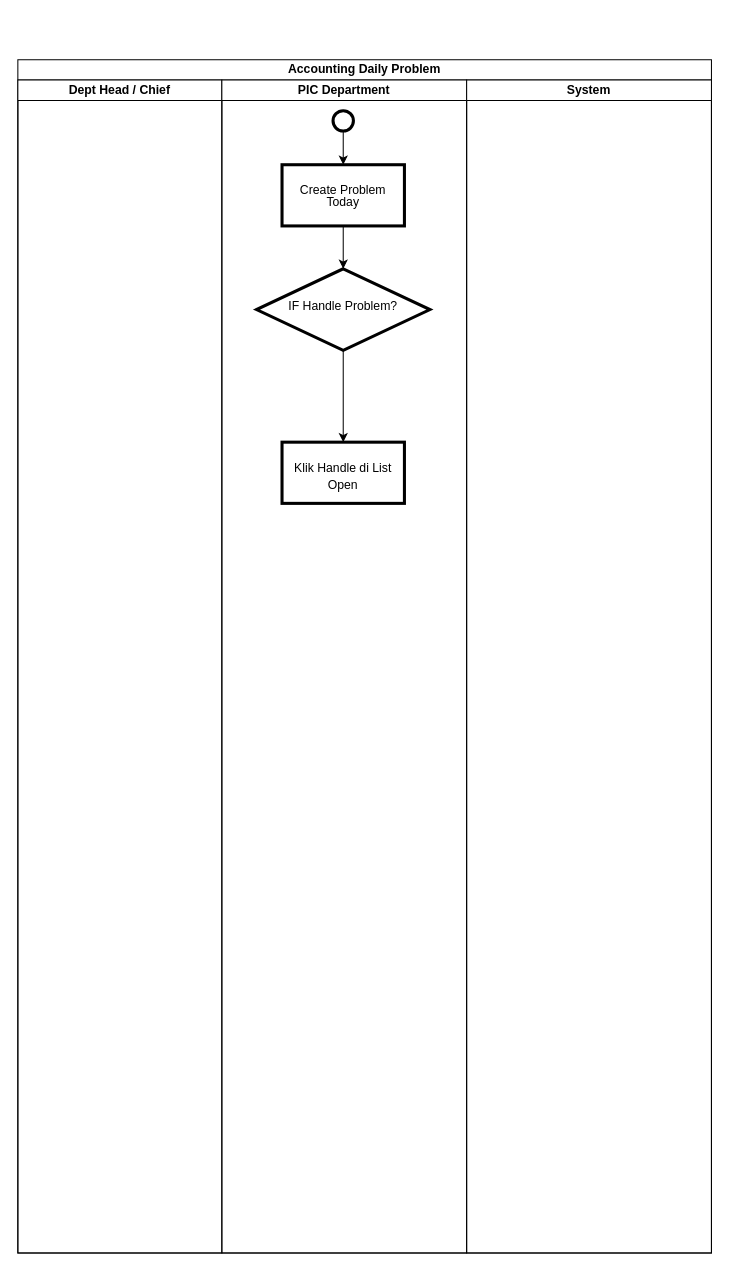
The draw.io diagram Flowchart Problem Job.drawio in armanefendi/Arman-Efendi, before the edit. Source tidied: cells renumbered, new cells numbered last; positions are measured from the earlier drawing's top-left corner, leaving out a move shared by most shapes. Both pictures are drawn from the tidied source at 102%, with x=0, y=0 at pixel (17, 59).
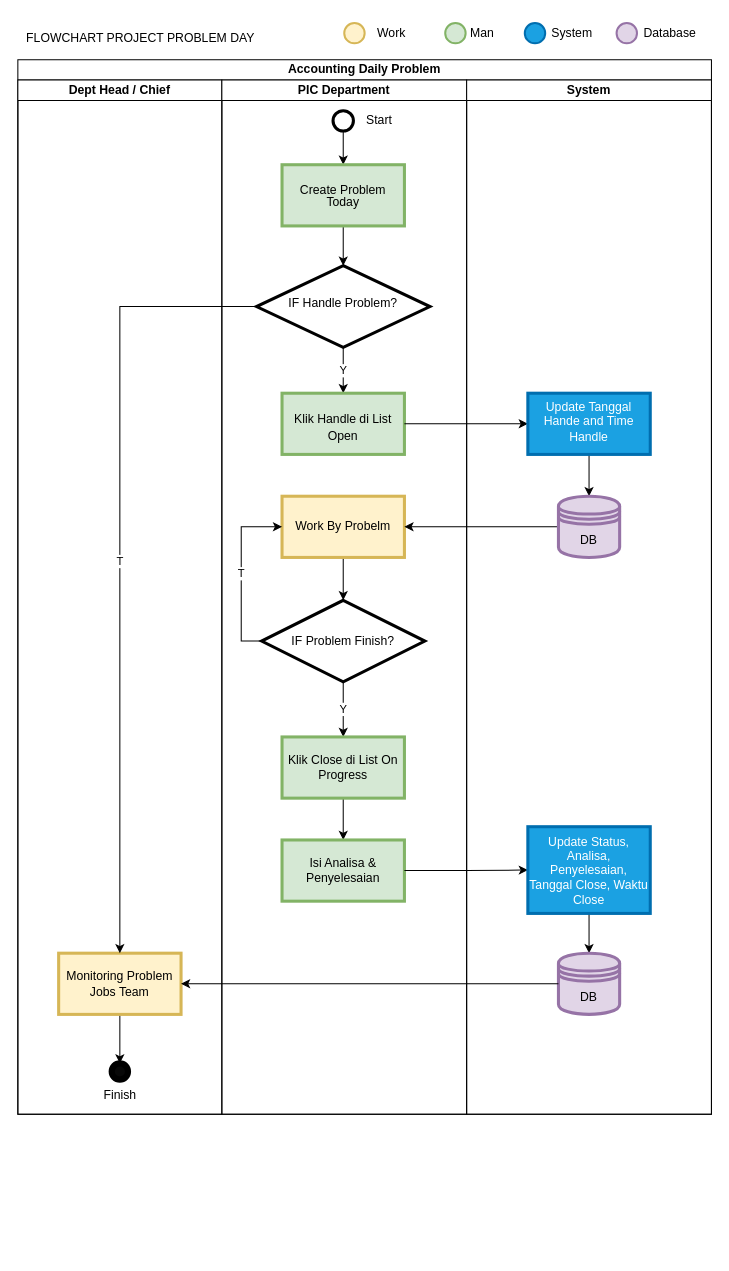
The same diagram, later.

The edit, as a diff of the source:
```diff
@@
     <mxCell id="2" value="Accounting Daily Problem" style="swimlane;startSize=20;whiteSpace=wrap;" parent="1" vertex="1">
-      <mxGeometry width="680" height="1170" as="geometry" />
+      <mxGeometry width="680" height="1034" as="geometry" />
     </mxCell>
     <mxCell id="3" value="Dept Head / Chief" style="swimlane;startSize=20;whiteSpace=wrap;" parent="2" vertex="1">
-      <mxGeometry y="20" width="200" height="1150" as="geometry" />
+      <mxGeometry y="20" width="200" height="1014" as="geometry" />
     </mxCell>
+    <mxCell id="13" style="edgeStyle=orthogonalEdgeStyle;rounded=0;jettySize=auto;html=1;exitX=0.5;exitY=1;exitDx=0;exitDy=0;fontSize=12;" parent="3" edge="1" source="14" target="15">
+      <mxGeometry relative="1" as="geometry" />
+    </mxCell>
+    <mxCell id="14" value="Monitoring Problem Jobs Team" style="whiteSpace=wrap;html=1;rounded=0;shadow=0;glass=0;sketch=0;strokeWidth=3;fillColor=#fff2cc;strokeColor=#d6b656;" parent="3" vertex="1">
+      <mxGeometry x="40" y="856" width="120" height="60" as="geometry" />
+    </mxCell>
+    <mxCell id="15" style="verticalLabelPosition=bottom;verticalAlign=top;html=1;shape=mxgraph.flowchart.on-page_reference;rounded=0;shadow=0;glass=0;sketch=0;fontSize=12;strokeWidth=6;fillColor=#080808;" parent="3" vertex="1">
+      <mxGeometry x="92" y="964" width="16" height="16" as="geometry" />
+    </mxCell>
+    <mxCell id="16" value="Finish" style="text;html=1;align=center;verticalAlign=middle;strokeColor=none;fillColor=none;fontSize=12;" parent="3" vertex="1">
+      <mxGeometry x="70" y="980" width="60" height="30" as="geometry" />
+    </mxCell>
     <mxCell id="4" value="PIC Department" style="swimlane;startSize=20;whiteSpace=wrap;" parent="2" vertex="1">
-      <mxGeometry x="200" y="20" width="240" height="1150" as="geometry" />
+      <mxGeometry x="200" y="20" width="240" height="1014" as="geometry" />
     </mxCell>
@@
-    <mxCell id="8" value="&lt;p style=&quot;line-height: 1;&quot;&gt;Create Problem Today&lt;br&gt;&lt;/p&gt;" style="html=1;verticalAlign=top;strokeWidth=3;whiteSpace=wrap;" parent="4" vertex="1">
+    <mxCell id="8" value="&lt;p style=&quot;line-height: 1;&quot;&gt;Create Problem Today&lt;br&gt;&lt;/p&gt;" style="html=1;verticalAlign=top;strokeWidth=3;whiteSpace=wrap;fillColor=#d5e8d4;strokeColor=#82b366;" parent="4" vertex="1">
       <mxGeometry x="59" y="83" width="120" height="60" as="geometry" />
     </mxCell>
-    <mxCell id="9" style="edgeStyle=orthogonalEdgeStyle;rounded=0;jettySize=auto;html=1;" parent="4" edge="1" source="10" target="11">
+    <mxCell id="9" value="Y" style="edgeStyle=orthogonalEdgeStyle;rounded=0;jettySize=auto;html=1;" parent="4" edge="1" source="10" target="11">
       <mxGeometry relative="1" as="geometry" />
     </mxCell>
     <mxCell id="10" value="&lt;div&gt;&lt;br&gt;&lt;/div&gt;&lt;div style=&quot;line-height: 2.8;&quot;&gt;IF Handle Problem?&lt;br&gt;&lt;/div&gt;&lt;p&gt;&lt;/p&gt;&lt;p&gt;&lt;/p&gt;" style="rhombus;html=1;verticalAlign=top;strokeWidth=3;whiteSpace=wrap;" parent="4" vertex="1">
-      <mxGeometry x="34" y="185" width="170" height="80" as="geometry" />
+      <mxGeometry x="34" y="182" width="170" height="80" as="geometry" />
     </mxCell>
-    <mxCell id="11" value="&lt;p style=&quot;line-height: 1.3;&quot;&gt;Klik Handle di List Open&lt;br&gt;&lt;/p&gt;" style="html=1;verticalAlign=top;strokeWidth=3;whiteSpace=wrap;" parent="4" vertex="1">
-      <mxGeometry x="59" y="355" width="120" height="60" as="geometry" />
+    <mxCell id="11" value="&lt;p style=&quot;line-height: 1.3;&quot;&gt;Klik Handle di List Open&lt;br&gt;&lt;/p&gt;" style="html=1;verticalAlign=top;strokeWidth=3;whiteSpace=wrap;fillColor=#d5e8d4;strokeColor=#82b366;" parent="4" vertex="1">
+      <mxGeometry x="59" y="307" width="120" height="60" as="geometry" />
     </mxCell>
+    <mxCell id="17" style="edgeStyle=orthogonalEdgeStyle;rounded=0;jettySize=auto;html=1;" parent="4" edge="1" source="18" target="21">
+      <mxGeometry relative="1" as="geometry" />
+    </mxCell>
+    <mxCell id="18" value="Work By Probelm" style="whiteSpace=wrap;html=1;rounded=0;shadow=0;glass=0;sketch=0;strokeWidth=3;fillColor=#fff2cc;strokeColor=#d6b656;" parent="4" vertex="1">
+      <mxGeometry x="59" y="408" width="120" height="60" as="geometry" />
+    </mxCell>
+    <mxCell id="19" value="Y" style="edgeStyle=orthogonalEdgeStyle;rounded=0;jettySize=auto;html=1;" parent="4" edge="1" source="21" target="23">
+      <mxGeometry relative="1" as="geometry" />
+    </mxCell>
+    <mxCell id="20" value="T" style="edgeStyle=orthogonalEdgeStyle;rounded=0;jettySize=auto;html=1;entryX=0;entryY=0.5;entryDx=0;entryDy=0;" parent="4" edge="1" source="21" target="18">
+      <mxGeometry relative="1" as="geometry">
+        <Array as="points">
+          <mxPoint x="19" y="550" />
+          <mxPoint x="19" y="438" />
+        </Array>
+      </mxGeometry>
+    </mxCell>
+    <mxCell id="21" value="IF Problem Finish?" style="rhombus;whiteSpace=wrap;html=1;rounded=0;shadow=0;glass=0;sketch=0;strokeWidth=3;" parent="4" vertex="1">
+      <mxGeometry x="39" y="510" width="160" height="80" as="geometry" />
+    </mxCell>
+    <mxCell id="22" style="edgeStyle=orthogonalEdgeStyle;rounded=0;jettySize=auto;html=1;" parent="4" edge="1" source="23" target="24">
+      <mxGeometry relative="1" as="geometry" />
+    </mxCell>
+    <mxCell id="23" value="Klik Close di List On Progress" style="whiteSpace=wrap;html=1;rounded=0;shadow=0;glass=0;sketch=0;strokeWidth=3;fillColor=#d5e8d4;strokeColor=#82b366;" parent="4" vertex="1">
+      <mxGeometry x="59" y="644" width="120" height="60" as="geometry" />
+    </mxCell>
+    <mxCell id="24" value="Isi Analisa &amp;amp; Penyelesaian" style="whiteSpace=wrap;html=1;rounded=0;shadow=0;glass=0;sketch=0;strokeWidth=3;fillColor=#d5e8d4;strokeColor=#82b366;" parent="4" vertex="1">
+      <mxGeometry x="59" y="745" width="120" height="60" as="geometry" />
+    </mxCell>
+    <mxCell id="25" value="Start" style="text;html=1;align=center;verticalAlign=middle;strokeColor=none;fillColor=none;fontSize=12;" parent="4" vertex="1">
+      <mxGeometry x="129" y="25" width="50" height="30" as="geometry" />
+    </mxCell>
+    <mxCell id="26" style="edgeStyle=orthogonalEdgeStyle;rounded=0;jettySize=auto;html=1;" parent="2" edge="1" source="11" target="30">
+      <mxGeometry relative="1" as="geometry" />
+    </mxCell>
+    <mxCell id="27" style="edgeStyle=orthogonalEdgeStyle;rounded=0;jettySize=auto;html=1;" parent="2" edge="1" source="31" target="18">
+      <mxGeometry relative="1" as="geometry" />
+    </mxCell>
+    <mxCell id="28" style="edgeStyle=orthogonalEdgeStyle;rounded=0;jettySize=auto;html=1;" parent="2" edge="1" source="24" target="33">
+      <mxGeometry relative="1" as="geometry" />
+    </mxCell>
     <mxCell id="12" value="System" style="swimlane;startSize=20;whiteSpace=wrap;" parent="2" vertex="1">
-      <mxGeometry x="440" y="20" width="240" height="1150" as="geometry" />
+      <mxGeometry x="440" y="20" width="240" height="1014" as="geometry" />
     </mxCell>
+    <mxCell id="29" style="edgeStyle=orthogonalEdgeStyle;rounded=0;jettySize=auto;html=1;" parent="12" edge="1" source="30" target="31">
+      <mxGeometry relative="1" as="geometry" />
+    </mxCell>
+    <mxCell id="30" value="Update Tanggal Hande and Time Handle" style="whiteSpace=wrap;html=1;verticalAlign=top;strokeWidth=3;fillColor=#1ba1e2;strokeColor=#006EAF;fontColor=#ffffff;" parent="12" vertex="1">
+      <mxGeometry x="60" y="307" width="120" height="60" as="geometry" />
+    </mxCell>
+    <mxCell id="31" value="DB" style="shape=datastore;whiteSpace=wrap;html=1;rounded=0;shadow=0;glass=0;sketch=0;strokeWidth=3;fillColor=#e1d5e7;strokeColor=#9673a6;" parent="12" vertex="1">
+      <mxGeometry x="90" y="408" width="60" height="60" as="geometry" />
+    </mxCell>
+    <mxCell id="32" style="edgeStyle=orthogonalEdgeStyle;rounded=0;jettySize=auto;html=1;exitX=0.5;exitY=1;exitDx=0;exitDy=0;entryX=0.5;entryY=0;entryDx=0;entryDy=0;" parent="12" edge="1" source="33" target="34">
+      <mxGeometry relative="1" as="geometry" />
+    </mxCell>
+    <mxCell id="33" value="Update Status, Analisa, Penyelesaian, Tanggal Close, Waktu Close" style="whiteSpace=wrap;html=1;rounded=0;shadow=0;glass=0;sketch=0;strokeWidth=3;fillColor=#1ba1e2;fontColor=#ffffff;strokeColor=#006EAF;" parent="12" vertex="1">
+      <mxGeometry x="60" y="732" width="120" height="85" as="geometry" />
+    </mxCell>
+    <mxCell id="34" value="DB" style="shape=datastore;whiteSpace=wrap;html=1;rounded=0;shadow=0;glass=0;sketch=0;strokeWidth=3;fillColor=#e1d5e7;strokeColor=#9673a6;" parent="12" vertex="1">
+      <mxGeometry x="90" y="856" width="60" height="60" as="geometry" />
+    </mxCell>
+    <mxCell id="35" style="edgeStyle=orthogonalEdgeStyle;rounded=0;jettySize=auto;html=1;" parent="2" edge="1" source="34" target="14">
+      <mxGeometry relative="1" as="geometry" />
+    </mxCell>
+    <mxCell id="36" value="T" style="edgeStyle=orthogonalEdgeStyle;rounded=0;jettySize=auto;html=1;exitX=0;exitY=0.5;exitDx=0;exitDy=0;entryX=0.5;entryY=0;entryDx=0;entryDy=0;" parent="2" edge="1" source="10" target="14">
+      <mxGeometry relative="1" as="geometry" />
+    </mxCell>
+    <mxCell id="37" value="FLOWCHART PROJECT PROBLEM DAY" style="text;html=1;align=center;verticalAlign=middle;strokeColor=none;fillColor=none;fontSize=12;" parent="1" vertex="1">
+      <mxGeometry y="-36" width="240" height="30" as="geometry" />
+    </mxCell>
+    <mxCell id="38" style="verticalLabelPosition=bottom;verticalAlign=top;html=1;shape=mxgraph.flowchart.on-page_reference;strokeWidth=2;whiteSpace=wrap;fillColor=#d5e8d4;strokeColor=#82b366;" parent="1" vertex="1">
+      <mxGeometry x="419" y="-36" width="20" height="20" as="geometry" />
+    </mxCell>
+    <mxCell id="39" value="Man" style="text;html=1;align=center;verticalAlign=middle;strokeColor=none;fillColor=none;fontSize=12;" parent="1" vertex="1">
+      <mxGeometry x="430" y="-41" width="50" height="30" as="geometry" />
+    </mxCell>
+    <mxCell id="40" style="verticalLabelPosition=bottom;verticalAlign=top;html=1;shape=mxgraph.flowchart.on-page_reference;strokeWidth=2;whiteSpace=wrap;fillColor=#1ba1e2;strokeColor=#006EAF;fontColor=#ffffff;" parent="1" vertex="1">
+      <mxGeometry x="497" y="-36" width="20" height="20" as="geometry" />
+    </mxCell>
+    <mxCell id="41" value="System" style="text;html=1;align=center;verticalAlign=middle;strokeColor=none;fillColor=none;fontSize=12;" parent="1" vertex="1">
+      <mxGeometry x="513" y="-41" width="60" height="30" as="geometry" />
+    </mxCell>
+    <mxCell id="42" style="verticalLabelPosition=bottom;verticalAlign=top;html=1;shape=mxgraph.flowchart.on-page_reference;strokeWidth=2;whiteSpace=wrap;fillColor=#e1d5e7;strokeColor=#9673a6;" parent="1" vertex="1">
+      <mxGeometry x="587" y="-36" width="20" height="20" as="geometry" />
+    </mxCell>
+    <mxCell id="43" value="Database" style="text;html=1;align=center;verticalAlign=middle;strokeColor=none;fillColor=none;fontSize=12;" parent="1" vertex="1">
+      <mxGeometry x="599" y="-41" width="80" height="30" as="geometry" />
+    </mxCell>
+    <mxCell id="44" style="verticalLabelPosition=bottom;verticalAlign=top;html=1;shape=mxgraph.flowchart.on-page_reference;strokeWidth=2;whiteSpace=wrap;fillColor=#fff2cc;strokeColor=#d6b656;" parent="1" vertex="1">
+      <mxGeometry x="320" y="-36" width="20" height="20" as="geometry" />
+    </mxCell>
+    <mxCell id="45" value="Work" style="text;html=1;align=center;verticalAlign=middle;strokeColor=none;fillColor=none;fontSize=12;" parent="1" vertex="1">
+      <mxGeometry x="341" y="-41" width="50" height="30" as="geometry" />
+    </mxCell>
```
